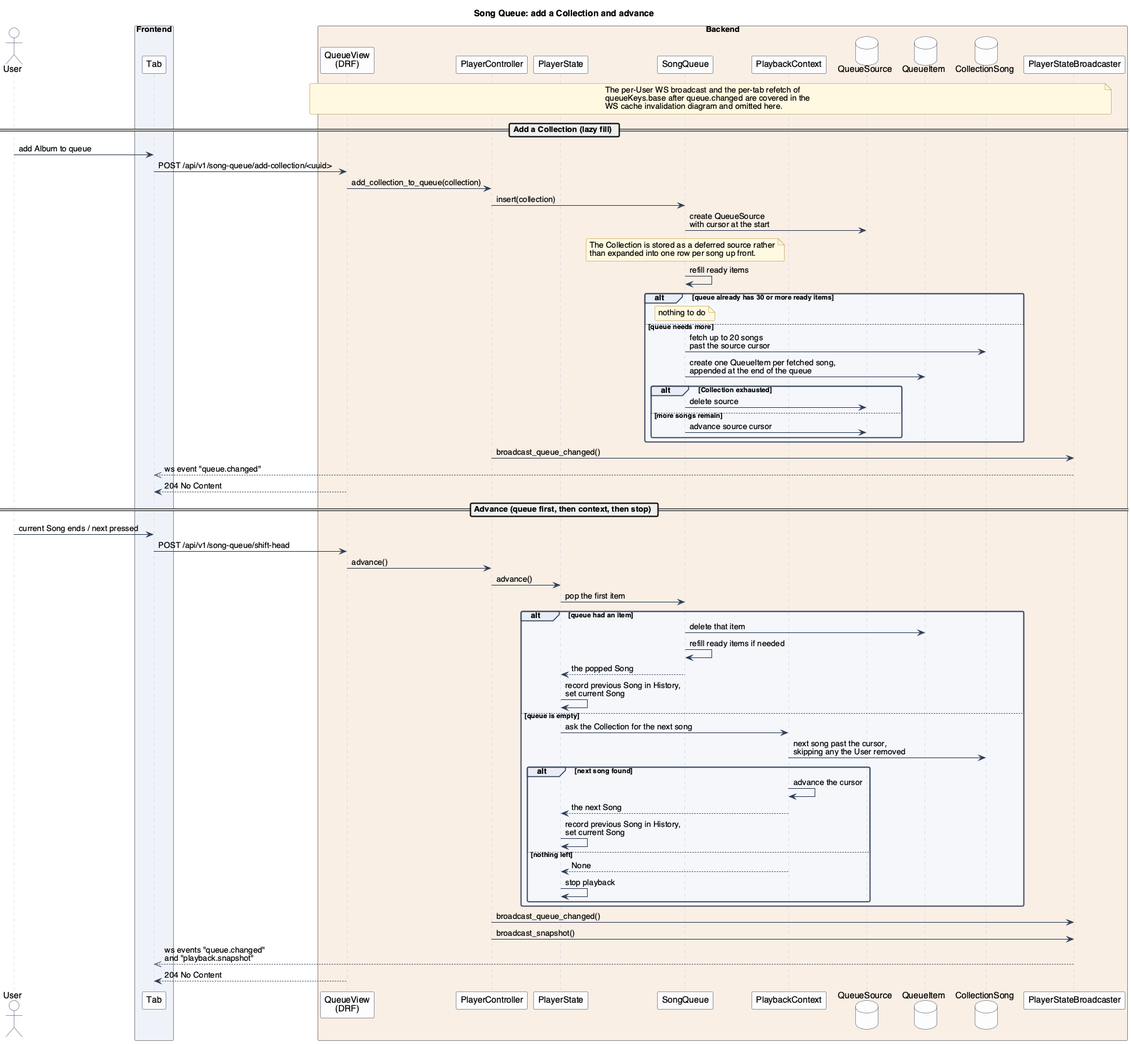
Earlier version of the PlantUML export text/diagrams/SongQueue.png (ddrddrr/musikk). Source of this version:
```plantuml
@startuml SongQueue

!include ../_style.puml

title Song Queue: add a Collection and advance

actor User as user

box "Frontend" #EEF2F8
participant "Tab" as tab
end box

box "Backend" #F8EFE5
participant "QueueView\n(DRF)" as view
participant "PlayerController" as controller
participant "PlayerState" as player
participant "SongQueue" as queue
participant "PlaybackContext" as context
database "QueueSource" as source_db
database "QueueItem" as item_db
database "CollectionSong" as cs_db
participant "PlayerStateBroadcaster" as broadcaster
end box

note over view, broadcaster
The per-User WS broadcast and the per-tab refetch of
queueKeys.base after queue.changed are covered in the
WS cache invalidation diagram and omitted here.
end note

== Add a Collection (lazy fill) ==
user -> tab : add Album to queue
tab -> view : POST /api/v1/song-queue/add-collection/<uuid>
view -> controller : add_collection_to_queue(collection)
controller -> queue : insert(collection)
queue -> source_db : create QueueSource\nwith cursor at the start
note over queue
The Collection is stored as a deferred source rather
than expanded into one row per song up front.
end note
queue -> queue : refill ready items
alt queue already has 30 or more ready items
  note over queue : nothing to do
else queue needs more
  queue -> cs_db : fetch up to 20 songs\npast the source cursor
  queue -> item_db : create one QueueItem per fetched song,\nappended at the end of the queue
  alt Collection exhausted
    queue -> source_db : delete source
  else more songs remain
    queue -> source_db : advance source cursor
  end
end
controller -> broadcaster : broadcast_queue_changed()
broadcaster -->> tab : ws event "queue.changed"
view --> tab : 204 No Content

== Advance (queue first, then context, then stop) ==
user -> tab : current Song ends / next pressed
tab -> view : POST /api/v1/song-queue/shift-head
view -> controller : advance()
controller -> player : advance()
player -> queue : pop the first item
alt queue had an item
  queue -> item_db : delete that item
  queue -> queue : refill ready items if needed
  queue --> player : the popped Song
  player -> player : record previous Song in History,\nset current Song
else queue is empty
  player -> context : ask the Collection for the next song
  context -> cs_db : next song past the cursor,\nskipping any the User removed
  alt next song found
    context -> context : advance the cursor
    context --> player : the next Song
    player -> player : record previous Song in History,\nset current Song
  else nothing left
    context --> player : None
    player -> player : stop playback
  end
end
controller -> broadcaster : broadcast_queue_changed()
controller -> broadcaster : broadcast_snapshot()
broadcaster -->> tab : ws events "queue.changed"\nand "playback.snapshot"
view --> tab : 204 No Content

@enduml
```
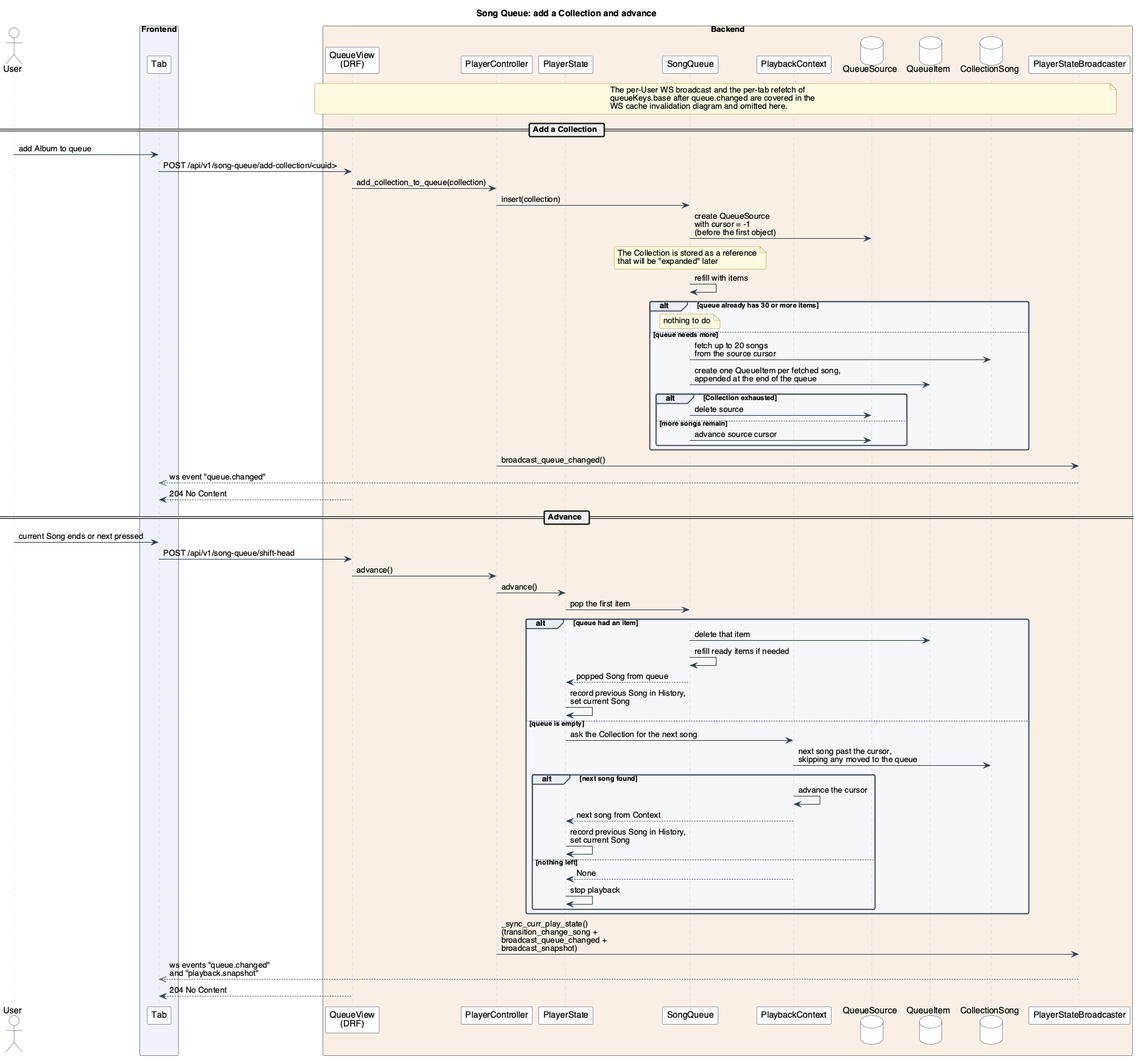
After the commit.

The edit, as a diff of the source:
```diff
@@ -28,21 +28,21 @@
 WS cache invalidation diagram and omitted here.
 end note
 
-== Add a Collection (lazy fill) ==
+== Add a Collection ==
 user -> tab : add Album to queue
 tab -> view : POST /api/v1/song-queue/add-collection/<uuid>
 view -> controller : add_collection_to_queue(collection)
 controller -> queue : insert(collection)
-queue -> source_db : create QueueSource\nwith cursor at the start
+queue -> source_db : create QueueSource\nwith cursor = -1\n(before the first object)
 note over queue
-The Collection is stored as a deferred source rather
-than expanded into one row per song up front.
+The Collection is stored as a reference
+that will be "expanded" later
 end note
-queue -> queue : refill ready items
-alt queue already has 30 or more ready items
+queue -> queue : refill with items
+alt queue already has 30 or more items
   note over queue : nothing to do
 else queue needs more
-  queue -> cs_db : fetch up to 20 songs\npast the source cursor
+  queue -> cs_db : fetch up to 20 songs\nfrom the source cursor
   queue -> item_db : create one QueueItem per fetched song,\nappended at the end of the queue
   alt Collection exhausted
     queue -> source_db : delete source
@@ -54,8 +54,8 @@
 broadcaster -->> tab : ws event "queue.changed"
 view --> tab : 204 No Content
 
-== Advance (queue first, then context, then stop) ==
-user -> tab : current Song ends / next pressed
+== Advance ==
+user -> tab : current Song ends or next pressed
 tab -> view : POST /api/v1/song-queue/shift-head
 view -> controller : advance()
 controller -> player : advance()
@@ -63,22 +63,21 @@
 alt queue had an item
   queue -> item_db : delete that item
   queue -> queue : refill ready items if needed
-  queue --> player : the popped Song
+  queue --> player : popped Song from queue
   player -> player : record previous Song in History,\nset current Song
 else queue is empty
   player -> context : ask the Collection for the next song
-  context -> cs_db : next song past the cursor,\nskipping any the User removed
+  context -> cs_db : next song past the cursor,\nskipping any moved to the queue
   alt next song found
     context -> context : advance the cursor
-    context --> player : the next Song
+    context --> player : next song from Context
     player -> player : record previous Song in History,\nset current Song
   else nothing left
     context --> player : None
     player -> player : stop playback
   end
 end
-controller -> broadcaster : broadcast_queue_changed()
-controller -> broadcaster : broadcast_snapshot()
+controller -> broadcaster : _sync_curr_play_state()\n(transition_change_song +\nbroadcast_queue_changed +\nbroadcast_snapshot)
 broadcaster -->> tab : ws events "queue.changed"\nand "playback.snapshot"
 view --> tab : 204 No Content
 
```
